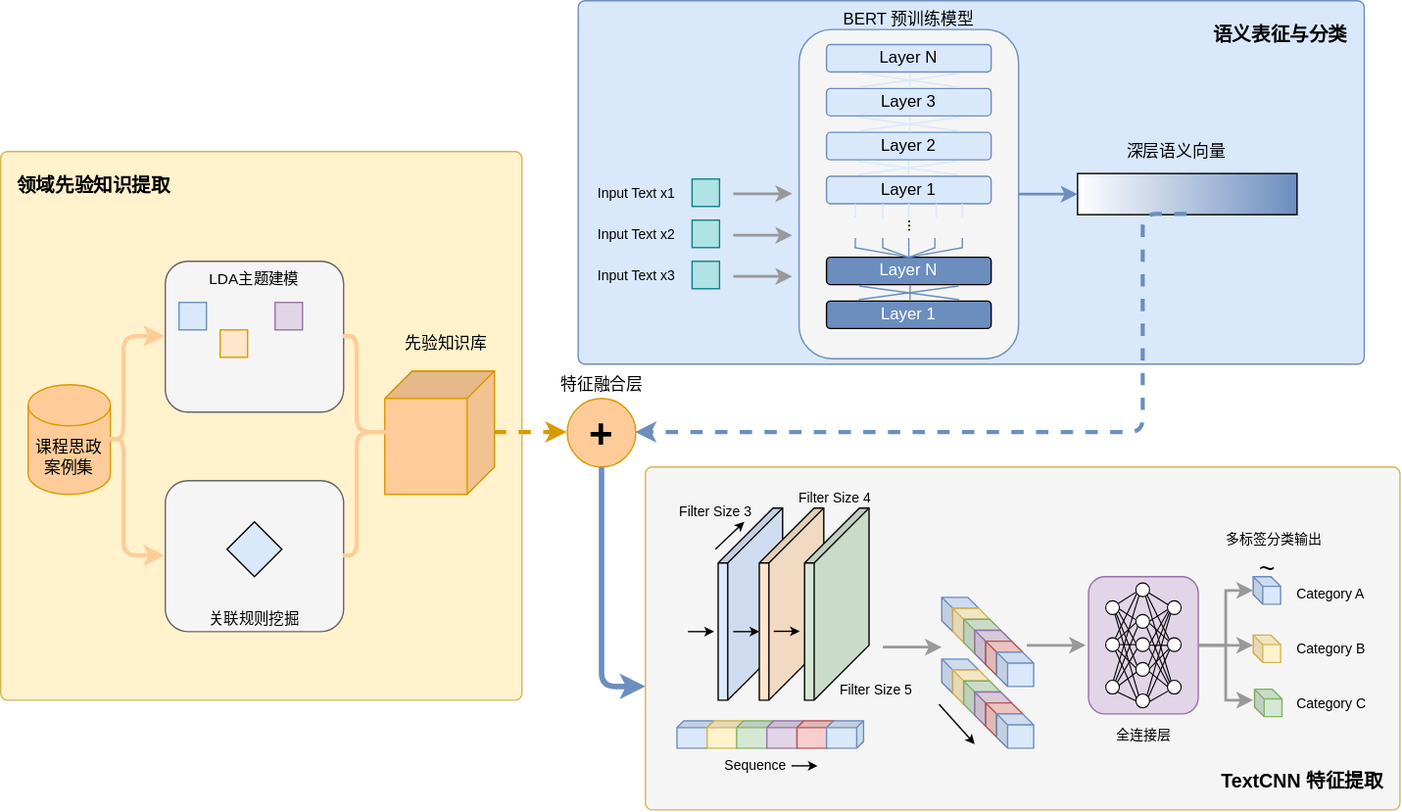
The draw.io diagram 1.16小论文（思政元素）模型架构图.drawio.svg in handsome-tony/picture, before a commit. Source tidied: cells renumbered, new cells last; positions are measured from the earlier drawing's top-left corner, leaving out a move shared by most shapes.
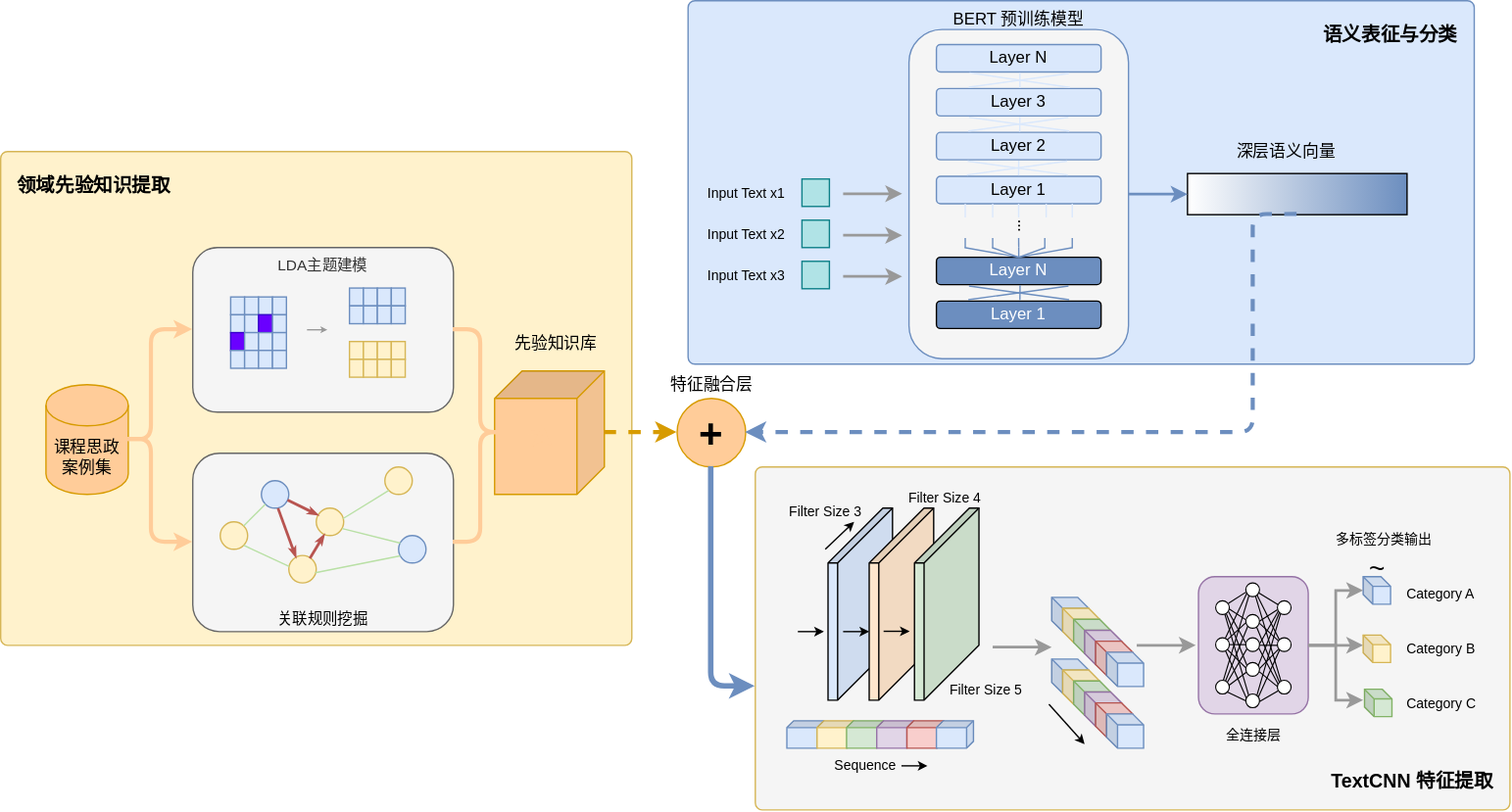
The same file after the commit.

Commit message:
更新1.16小论文（思政元素）模型架构图.drawio.svg

Diff of the diagram source:
```diff
@@ -3,64 +3,156 @@
     <mxCell id="0" />
     <mxCell id="1" parent="0" />
     <mxCell id="2" value="领域先验知识提取" style="rounded=1;whiteSpace=wrap;html=1;absoluteArcSize=1;arcSize=10;fillColor=#FFF2CC;strokeColor=#d6b656;verticalAlign=top;align=left;spacingLeft=10;spacingTop=10;fontSize=14;fontStyle=1;" parent="1" vertex="1">
-      <mxGeometry y="110" width="380" height="400" as="geometry" />
+      <mxGeometry x="-80" y="110" width="460" height="360" as="geometry" />
     </mxCell>
     <mxCell id="3" value="课程思政案例集" style="shape=cylinder3;whiteSpace=wrap;html=1;boundedLbl=1;backgroundOutline=1;size=15;fillColor=#ffcc99;strokeColor=#d79b00;" parent="1" vertex="1">
-      <mxGeometry x="20" y="280" width="60" height="80" as="geometry" />
+      <mxGeometry x="-47" y="280" width="60" height="80" as="geometry" />
     </mxCell>
-    <mxCell id="4" value="LDA主题建模" style="rounded=1;whiteSpace=wrap;html=1;fillColor=#f5f5f5;strokeColor=#666666;verticalAlign=top;fontSize=11;" parent="1" vertex="1">
-      <mxGeometry x="120" y="190" width="130" height="110" as="geometry" />
+    <mxCell id="4" value="LDA主题建模" style="rounded=1;whiteSpace=wrap;html=1;fillColor=#f5f5f5;strokeColor=#666666;verticalAlign=top;fontSize=11;fontColor=#333333;" parent="1" vertex="1">
+      <mxGeometry x="60" y="180" width="190" height="120" as="geometry" />
     </mxCell>
     <mxCell id="5" style="rounded=0;whiteSpace=wrap;html=1;fillColor=#dae8fc;strokeColor=#6c8ebf;" parent="4" vertex="1">
-      <mxGeometry x="10" y="30" width="20" height="20" as="geometry" />
+      <mxGeometry x="27.6" y="36" width="10.2" height="13" as="geometry" />
     </mxCell>
-    <mxCell id="6" style="rounded=0;whiteSpace=wrap;html=1;fillColor=#ffe6cc;strokeColor=#d79b00;" parent="4" vertex="1">
-      <mxGeometry x="40" y="50" width="20" height="20" as="geometry" />
-    </mxCell>
-    <mxCell id="7" style="rounded=0;whiteSpace=wrap;html=1;fillColor=#e1d5e7;strokeColor=#9673a6;" parent="4" vertex="1">
-      <mxGeometry x="80" y="30" width="20" height="20" as="geometry" />
-    </mxCell>
+    <mxCell id="159" style="rounded=0;whiteSpace=wrap;html=1;fillColor=#dae8fc;strokeColor=#6c8ebf;" parent="4" vertex="1">
+      <mxGeometry x="37.8" y="36" width="10.2" height="13" as="geometry" />
+    </mxCell>
+    <mxCell id="160" style="rounded=0;whiteSpace=wrap;html=1;fillColor=#dae8fc;strokeColor=#6c8ebf;" parent="4" vertex="1">
+      <mxGeometry x="47.9" y="36" width="10.2" height="13" as="geometry" />
+    </mxCell>
+    <mxCell id="161" style="rounded=0;whiteSpace=wrap;html=1;fillColor=#dae8fc;strokeColor=#6c8ebf;" parent="4" vertex="1">
+      <mxGeometry x="58.1" y="36" width="10.2" height="13" as="geometry" />
+    </mxCell>
+    <mxCell id="162" style="rounded=0;whiteSpace=wrap;html=1;fillColor=#dae8fc;strokeColor=#6c8ebf;" parent="4" vertex="1">
+      <mxGeometry x="27.6" y="49" width="10.2" height="13" as="geometry" />
+    </mxCell>
+    <mxCell id="163" style="rounded=0;whiteSpace=wrap;html=1;fillColor=#dae8fc;strokeColor=#6c8ebf;" parent="4" vertex="1">
+      <mxGeometry x="37.8" y="49" width="10.2" height="13" as="geometry" />
+    </mxCell>
+    <mxCell id="164" style="rounded=0;whiteSpace=wrap;html=1;fillColor=#6a00ff;strokeColor=#3700CC;fontColor=#ffffff;" parent="4" vertex="1">
+      <mxGeometry x="47.9" y="49" width="10.2" height="13" as="geometry" />
+    </mxCell>
+    <mxCell id="165" style="rounded=0;whiteSpace=wrap;html=1;fillColor=#dae8fc;strokeColor=#6c8ebf;" parent="4" vertex="1">
+      <mxGeometry x="58.1" y="49" width="10.2" height="13" as="geometry" />
+    </mxCell>
+    <mxCell id="166" style="rounded=0;whiteSpace=wrap;html=1;fillColor=#6a00ff;strokeColor=#3700CC;fontColor=#ffffff;" parent="4" vertex="1">
+      <mxGeometry x="27.6" y="62" width="10.2" height="13" as="geometry" />
+    </mxCell>
+    <mxCell id="167" style="rounded=0;whiteSpace=wrap;html=1;fillColor=#dae8fc;strokeColor=#6c8ebf;" parent="4" vertex="1">
+      <mxGeometry x="37.8" y="62" width="10.2" height="13" as="geometry" />
+    </mxCell>
+    <mxCell id="168" style="rounded=0;whiteSpace=wrap;html=1;fillColor=#dae8fc;strokeColor=#6c8ebf;" parent="4" vertex="1">
+      <mxGeometry x="47.9" y="62" width="10.2" height="13" as="geometry" />
+    </mxCell>
+    <mxCell id="169" style="rounded=0;whiteSpace=wrap;html=1;fillColor=#dae8fc;strokeColor=#6c8ebf;" parent="4" vertex="1">
+      <mxGeometry x="58.1" y="62" width="10.2" height="13" as="geometry" />
+    </mxCell>
+    <mxCell id="170" style="rounded=0;whiteSpace=wrap;html=1;fillColor=#dae8fc;strokeColor=#6c8ebf;" parent="4" vertex="1">
+      <mxGeometry x="27.6" y="75" width="10.2" height="13" as="geometry" />
+    </mxCell>
+    <mxCell id="171" style="rounded=0;whiteSpace=wrap;html=1;fillColor=#dae8fc;strokeColor=#6c8ebf;" parent="4" vertex="1">
+      <mxGeometry x="37.8" y="75" width="10.2" height="13" as="geometry" />
+    </mxCell>
+    <mxCell id="172" style="rounded=0;whiteSpace=wrap;html=1;fillColor=#dae8fc;strokeColor=#6c8ebf;" parent="4" vertex="1">
+      <mxGeometry x="47.9" y="75" width="10.2" height="13" as="geometry" />
+    </mxCell>
+    <mxCell id="173" style="rounded=0;whiteSpace=wrap;html=1;fillColor=#dae8fc;strokeColor=#6c8ebf;" parent="4" vertex="1">
+      <mxGeometry x="58.1" y="75" width="10.2" height="13" as="geometry" />
+    </mxCell>
+    <mxCell id="174" style="edgeStyle=orthogonalEdgeStyle;rounded=0;orthogonalLoop=1;jettySize=auto;html=1;strokeColor=#999999;strokeWidth=1;endSize=2;" parent="4" edge="1">
+      <mxGeometry relative="1" as="geometry">
+        <mxPoint x="83.3" y="59.9" as="sourcePoint" />
+        <mxPoint x="98.1" y="59.9" as="targetPoint" />
+      </mxGeometry>
+    </mxCell>
+    <mxCell id="175" style="rounded=0;whiteSpace=wrap;html=1;fillColor=#dae8fc;strokeColor=#6c8ebf;" parent="4" vertex="1">
+      <mxGeometry x="114.2" y="29.5" width="10.2" height="13" as="geometry" />
+    </mxCell>
+    <mxCell id="176" style="rounded=0;whiteSpace=wrap;html=1;fillColor=#dae8fc;strokeColor=#6c8ebf;" parent="4" vertex="1">
+      <mxGeometry x="124.4" y="29.5" width="10.2" height="13" as="geometry" />
+    </mxCell>
+    <mxCell id="177" style="rounded=0;whiteSpace=wrap;html=1;fillColor=#dae8fc;strokeColor=#6c8ebf;" parent="4" vertex="1">
+      <mxGeometry x="134.5" y="29.5" width="10.2" height="13" as="geometry" />
+    </mxCell>
+    <mxCell id="178" style="rounded=0;whiteSpace=wrap;html=1;fillColor=#dae8fc;strokeColor=#6c8ebf;" parent="4" vertex="1">
+      <mxGeometry x="144.7" y="29.5" width="10.2" height="13" as="geometry" />
+    </mxCell>
+    <mxCell id="179" style="rounded=0;whiteSpace=wrap;html=1;fillColor=#dae8fc;strokeColor=#6c8ebf;" parent="4" vertex="1">
+      <mxGeometry x="114.2" y="42.5" width="10.2" height="13" as="geometry" />
+    </mxCell>
+    <mxCell id="180" style="rounded=0;whiteSpace=wrap;html=1;fillColor=#dae8fc;strokeColor=#6c8ebf;" parent="4" vertex="1">
+      <mxGeometry x="124.4" y="42.5" width="10.2" height="13" as="geometry" />
+    </mxCell>
+    <mxCell id="181" style="rounded=0;whiteSpace=wrap;html=1;fillColor=#dae8fc;strokeColor=#6c8ebf;" parent="4" vertex="1">
+      <mxGeometry x="134.5" y="42.5" width="10.2" height="13" as="geometry" />
+    </mxCell>
+    <mxCell id="182" style="rounded=0;whiteSpace=wrap;html=1;fillColor=#dae8fc;strokeColor=#6c8ebf;" parent="4" vertex="1">
+      <mxGeometry x="144.7" y="42.5" width="10.2" height="13" as="geometry" />
+    </mxCell>
+    <mxCell id="183" style="rounded=0;whiteSpace=wrap;html=1;fillColor=#fff2cc;strokeColor=#d6b656;" parent="4" vertex="1">
+      <mxGeometry x="114.2" y="68.5" width="10.2" height="13" as="geometry" />
+    </mxCell>
+    <mxCell id="184" style="rounded=0;whiteSpace=wrap;html=1;fillColor=#fff2cc;strokeColor=#d6b656;" parent="4" vertex="1">
+      <mxGeometry x="124.4" y="68.5" width="10.2" height="13" as="geometry" />
+    </mxCell>
+    <mxCell id="185" style="rounded=0;whiteSpace=wrap;html=1;fillColor=#fff2cc;strokeColor=#d6b656;" parent="4" vertex="1">
+      <mxGeometry x="134.5" y="68.5" width="10.2" height="13" as="geometry" />
+    </mxCell>
+    <mxCell id="186" style="rounded=0;whiteSpace=wrap;html=1;fillColor=#fff2cc;strokeColor=#d6b656;" parent="4" vertex="1">
+      <mxGeometry x="144.7" y="68.5" width="10.2" height="13" as="geometry" />
+    </mxCell>
+    <mxCell id="187" style="rounded=0;whiteSpace=wrap;html=1;fillColor=#fff2cc;strokeColor=#d6b656;" parent="4" vertex="1">
+      <mxGeometry x="114.2" y="81.5" width="10.2" height="13" as="geometry" />
+    </mxCell>
+    <mxCell id="188" style="rounded=0;whiteSpace=wrap;html=1;fillColor=#fff2cc;strokeColor=#d6b656;" parent="4" vertex="1">
+      <mxGeometry x="124.4" y="81.5" width="10.2" height="13" as="geometry" />
+    </mxCell>
+    <mxCell id="189" style="rounded=0;whiteSpace=wrap;html=1;fillColor=#fff2cc;strokeColor=#d6b656;" parent="4" vertex="1">
+      <mxGeometry x="134.5" y="81.5" width="10.2" height="13" as="geometry" />
+    </mxCell>
+    <mxCell id="190" style="rounded=0;whiteSpace=wrap;html=1;fillColor=#fff2cc;strokeColor=#d6b656;" parent="4" vertex="1">
+      <mxGeometry x="144.7" y="81.5" width="10.2" height="13" as="geometry" />
+    </mxCell>
     <mxCell id="8" value="关联规则挖掘" style="rounded=1;whiteSpace=wrap;html=1;fillColor=#f5f5f5;strokeColor=#666666;verticalAlign=bottom;fontSize=11;" parent="1" vertex="1">
-      <mxGeometry x="120" y="350" width="130" height="110" as="geometry" />
+      <mxGeometry x="60" y="330" width="190" height="130" as="geometry" />
     </mxCell>
-    <mxCell id="9" style="rhombus;whiteSpace=wrap;html=1;fillColor=#dae8fc;" parent="8" vertex="1">
-      <mxGeometry x="45" y="30" width="40" height="40" as="geometry" />
-    </mxCell>
     <mxCell id="10" style="shape=cube;whiteSpace=wrap;html=1;boundedLbl=1;backgroundOutline=1;darkOpacity=0.05;darkOpacity2=0.1;fillColor=#ffcc99;strokeColor=#d79b00;size=20;direction=south;" parent="1" vertex="1">
       <mxGeometry x="280" y="270" width="80" height="90" as="geometry" />
     </mxCell>
     <mxCell id="11" value="先验知识库" style="text;html=1;strokeColor=none;fillColor=none;align=center;verticalAlign=middle;whiteSpace=wrap;rounded=0;" parent="1" vertex="1">
       <mxGeometry x="280" y="240" width="90" height="20" as="geometry" />
     </mxCell>
-    <mxCell id="12" style="edgeStyle=orthogonalEdgeStyle;rounded=1;jettySize=auto;html=1;entryX=0;entryY=0.5;entryDx=0;entryDy=0;strokeColor=#ffcc99;strokeWidth=3;" parent="1" edge="1" source="3" target="4">
+    <mxCell id="12" style="edgeStyle=orthogonalEdgeStyle;rounded=1;jettySize=auto;html=1;entryX=0;entryY=0.5;entryDx=0;entryDy=0;strokeColor=#ffcc99;strokeWidth=3;endSize=4;" parent="1" edge="1" source="3" target="4">
       <mxGeometry relative="1" as="geometry">
         <Array as="points">
-          <mxPoint x="90" y="320" />
-          <mxPoint x="90" y="245" />
+          <mxPoint x="30" y="320" />
+          <mxPoint x="30" y="240" />
         </Array>
       </mxGeometry>
     </mxCell>
-    <mxCell id="13" style="edgeStyle=orthogonalEdgeStyle;rounded=1;jettySize=auto;html=1;entryX=0;entryY=0.5;entryDx=0;entryDy=0;strokeColor=#ffcc99;strokeWidth=3;" parent="1" edge="1" source="3" target="8">
+    <mxCell id="13" style="edgeStyle=orthogonalEdgeStyle;rounded=1;jettySize=auto;html=1;entryX=0;entryY=0.5;entryDx=0;entryDy=0;strokeColor=#ffcc99;strokeWidth=3;startSize=6;endSize=4;" parent="1" edge="1" source="3" target="8">
       <mxGeometry relative="1" as="geometry">
         <Array as="points">
-          <mxPoint x="90" y="320" />
-          <mxPoint x="90" y="405" />
+          <mxPoint x="30" y="320" />
+          <mxPoint x="30" y="395" />
         </Array>
       </mxGeometry>
     </mxCell>
     <mxCell id="14" style="edgeStyle=orthogonalEdgeStyle;rounded=1;jettySize=auto;html=1;exitX=1;exitY=0.5;exitDx=0;exitDy=0;entryX=0;entryY=0;entryDx=40;entryDy=45;entryPerimeter=0;strokeColor=#ffcc99;strokeWidth=3;" parent="1" edge="1" source="4" target="10">
       <mxGeometry relative="1" as="geometry">
         <Array as="points">
-          <mxPoint x="260" y="245" />
-          <mxPoint x="260" y="315" />
+          <mxPoint x="270" y="240" />
+          <mxPoint x="270" y="315" />
+          <mxPoint x="315" y="315" />
         </Array>
       </mxGeometry>
     </mxCell>
     <mxCell id="15" style="edgeStyle=orthogonalEdgeStyle;rounded=1;jettySize=auto;html=1;exitX=1;exitY=0.5;exitDx=0;exitDy=0;entryX=0;entryY=0;entryDx=40;entryDy=45;entryPerimeter=0;strokeColor=#ffcc99;strokeWidth=3;" parent="1" edge="1" source="8" target="10">
       <mxGeometry relative="1" as="geometry">
         <Array as="points">
-          <mxPoint x="260" y="405" />
-          <mxPoint x="260" y="315" />
+          <mxPoint x="270" y="395" />
+          <mxPoint x="270" y="315" />
+          <mxPoint x="315" y="315" />
         </Array>
       </mxGeometry>
     </mxCell>
@@ -631,5 +723,47 @@
         <mxPoint x="577" y="201" as="targetPoint" />
       </mxGeometry>
     </mxCell>
+    <mxCell id="191" style="ellipse;whiteSpace=wrap;html=1;fillColor=#dae8fc;strokeColor=#6c8ebf;" parent="1" vertex="1">
+      <mxGeometry x="110" y="350" width="20" height="20" as="geometry" />
+    </mxCell>
+    <mxCell id="192" style="ellipse;whiteSpace=wrap;html=1;fillColor=#fff2cc;strokeColor=#d6b656;" parent="1" vertex="1">
+      <mxGeometry x="80" y="380" width="20" height="20" as="geometry" />
+    </mxCell>
+    <mxCell id="193" style="ellipse;whiteSpace=wrap;html=1;fillColor=#fff2cc;strokeColor=#d6b656;" parent="1" vertex="1">
+      <mxGeometry x="150" y="370" width="20" height="20" as="geometry" />
+    </mxCell>
+    <mxCell id="194" style="ellipse;whiteSpace=wrap;html=1;fillColor=#fff2cc;strokeColor=#d6b656;" parent="1" vertex="1">
+      <mxGeometry x="130" y="404.5" width="20" height="20" as="geometry" />
+    </mxCell>
+    <mxCell id="195" style="ellipse;whiteSpace=wrap;html=1;fillColor=#dae8fc;strokeColor=#6c8ebf;" parent="1" vertex="1">
+      <mxGeometry x="210" y="390" width="20" height="20" as="geometry" />
+    </mxCell>
+    <mxCell id="196" style="ellipse;whiteSpace=wrap;html=1;fillColor=#fff2cc;strokeColor=#d6b656;" parent="1" vertex="1">
+      <mxGeometry x="200" y="340" width="20" height="20" as="geometry" />
+    </mxCell>
+    <mxCell id="197" style="endArrow=none;html=1;rounded=0;entryX=0;entryY=1;entryDx=0;entryDy=0;exitX=1;exitY=0;exitDx=0;exitDy=0;fillColor=#f5f5f5;strokeColor=#B9E0A5;" parent="1" edge="1" source="192" target="191">
+      <mxGeometry relative="1" as="geometry" />
+    </mxCell>
+    <mxCell id="198" style="endArrow=none;html=1;rounded=0;entryX=0.019;entryY=0.399;entryDx=0;entryDy=0;exitX=1;exitY=1;exitDx=0;exitDy=0;entryPerimeter=0;strokeColor=#B9E0A5;" parent="1" edge="1" source="192" target="194">
+      <mxGeometry relative="1" as="geometry" />
+    </mxCell>
+    <mxCell id="199" style="endArrow=none;html=1;rounded=0;entryX=0.955;entryY=0.705;entryDx=0;entryDy=0;exitX=0.09;exitY=0.26;exitDx=0;exitDy=0;exitPerimeter=0;entryPerimeter=0;strokeColor=#b85450;strokeWidth=2;fillColor=#f8cecc;startArrow=classicThin;startFill=1;endSize=2;startSize=2;" parent="1" edge="1" source="193" target="191">
+      <mxGeometry relative="1" as="geometry" />
+    </mxCell>
+    <mxCell id="200" style="endArrow=none;html=1;rounded=0;entryX=0.606;entryY=1.002;entryDx=0;entryDy=0;exitX=0.265;exitY=0.083;exitDx=0;exitDy=0;entryPerimeter=0;exitPerimeter=0;strokeColor=#b85450;strokeWidth=2;fillColor=#f8cecc;startArrow=classicThin;startFill=1;startSize=2;endSize=2;" parent="1" edge="1" source="194" target="191">
+      <mxGeometry relative="1" as="geometry" />
+    </mxCell>
+    <mxCell id="201" style="endArrow=none;html=1;rounded=0;entryX=0.768;entryY=0.102;entryDx=0;entryDy=0;exitX=0.303;exitY=0.944;exitDx=0;exitDy=0;entryPerimeter=0;exitPerimeter=0;strokeColor=#b85450;strokeWidth=2;fillColor=#f8cecc;startArrow=classicThin;startFill=1;endSize=6;startSize=2;" parent="1" edge="1" source="193" target="194">
+      <mxGeometry relative="1" as="geometry" />
+    </mxCell>
+    <mxCell id="202" style="endArrow=none;html=1;rounded=0;entryX=0;entryY=1;entryDx=0;entryDy=0;exitX=0.974;exitY=0.382;exitDx=0;exitDy=0;exitPerimeter=0;strokeColor=#B9E0A5;" parent="1" edge="1" source="193" target="196">
+      <mxGeometry relative="1" as="geometry" />
+    </mxCell>
+    <mxCell id="203" style="endArrow=none;html=1;rounded=0;entryX=0.948;entryY=0.744;entryDx=0;entryDy=0;exitX=0.065;exitY=0.273;exitDx=0;exitDy=0;entryPerimeter=0;exitPerimeter=0;strokeColor=#B9E0A5;" parent="1" edge="1" source="195" target="193">
+      <mxGeometry relative="1" as="geometry" />
+    </mxCell>
+    <mxCell id="204" style="endArrow=none;html=1;rounded=0;entryX=0.058;entryY=0.737;entryDx=0;entryDy=0;exitX=0.961;exitY=0.631;exitDx=0;exitDy=0;exitPerimeter=0;entryPerimeter=0;strokeColor=#B9E0A5;" parent="1" edge="1" source="194" target="195">
+      <mxGeometry relative="1" as="geometry" />
+    </mxCell>
   </root>
 </mxGraphModel>
```
